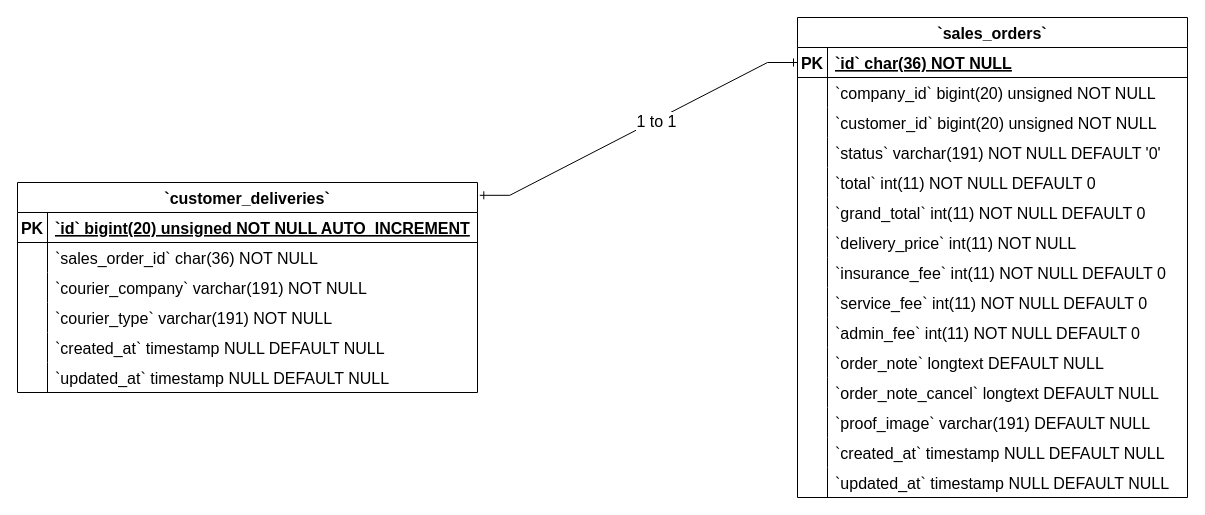
Simasco/diagram keeps this draw.io diagram as Customer Deliveries ERD Diagram.drawio. Above is the earlier version. Source tidied: cells renumbered, new cells numbered last; positions are measured from the earlier drawing's top-left corner, leaving out a move shared by most shapes. Both pictures are drawn from the tidied source at 100%, with x=0, y=0 at pixel (17, 17).
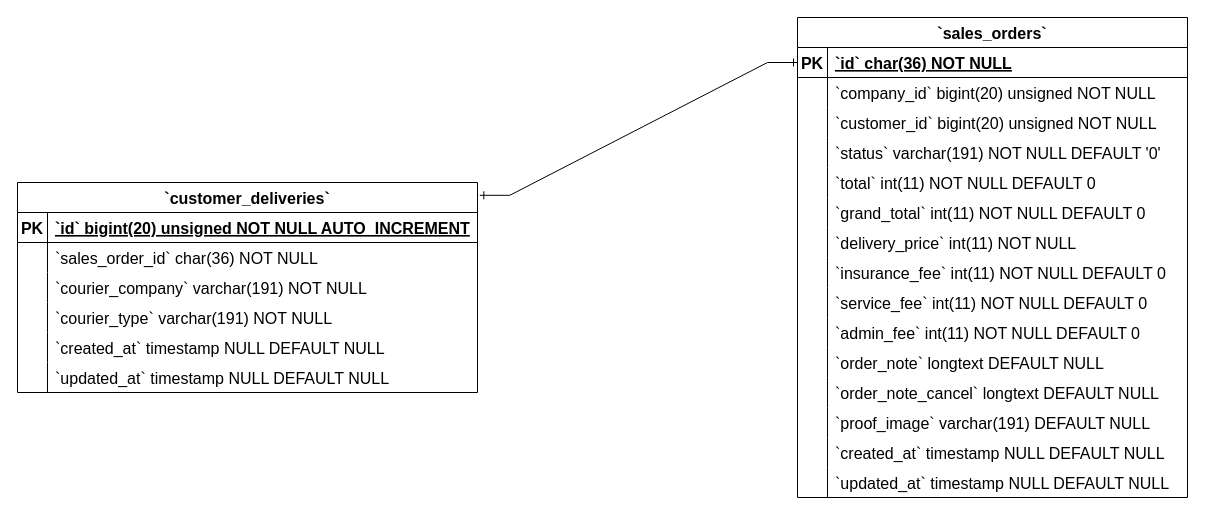
The same page after the edit.

Unchanged cells that the change refers to:
```xml
<mxCell id="67" style="edgeStyle=entityRelationEdgeStyle;fontSize=16;html=1;endArrow=ERone;startArrow=ERone;rounded=0;exitX=1.005;exitY=0.061;exitDx=0;exitDy=0;exitPerimeter=0;startFill=0;endFill=0;" parent="1" edge="1" source="2" target="22">
  <mxGeometry relative="1" as="geometry" />
</mxCell>
```

Change to the diagram source:
```diff
@@
-    <mxCell id="68" value="&lt;font style=&quot;font-size: 16px;&quot;&gt;1 to 1&lt;/font&gt;" style="edgeLabel;html=1;align=center;verticalAlign=middle;fontSize=16;" parent="67" vertex="1">
-      <mxGeometry x="0.11" y="-1" relative="1" as="geometry" />
-    </mxCell>
```
